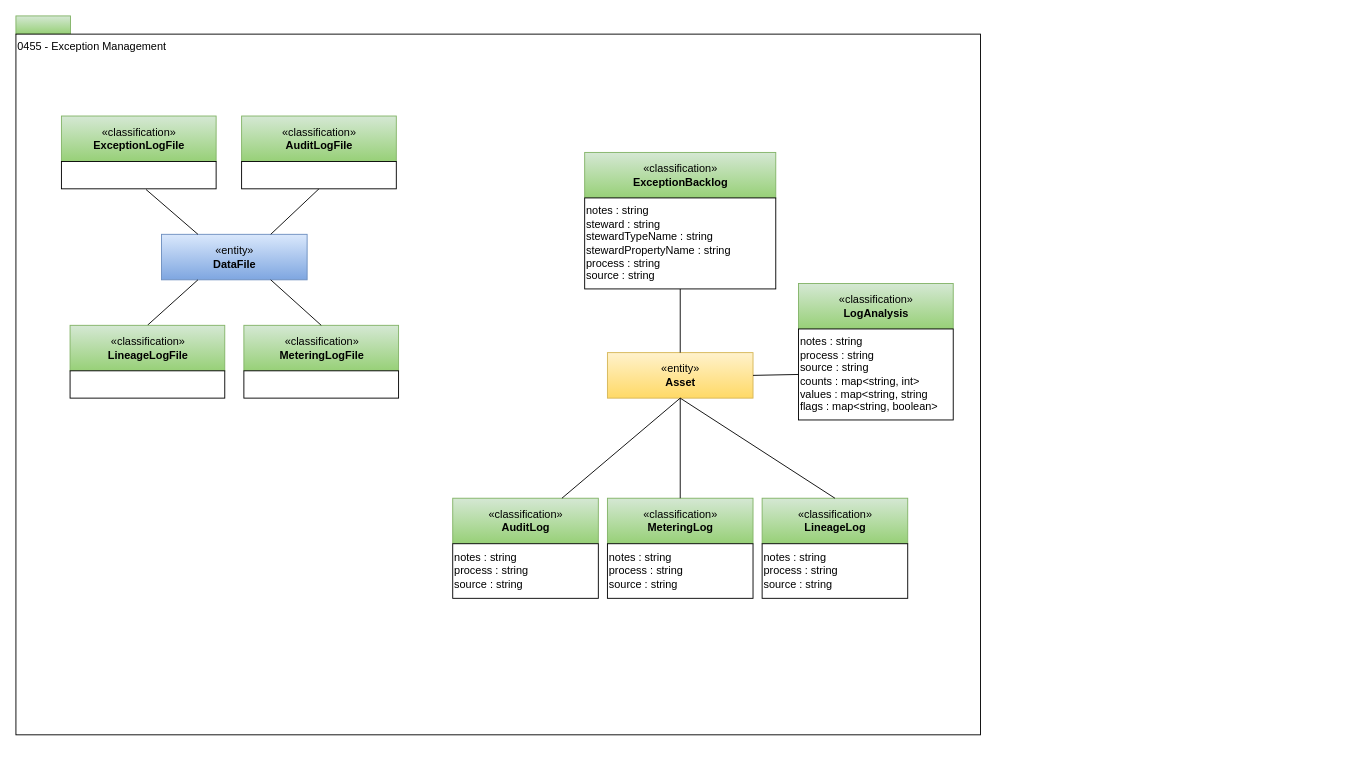
The draw.io diagram page "0455-Exception-Management" (19 of 32) of site/docs/types/4/area-4-governance.drawio in odpi/egeria-docs, before the edit. Source tidied: cells renumbered, new cells numbered last; positions are measured from the earlier drawing's top-left corner, leaving out a move shared by most shapes. Both pictures are drawn from the tidied source at 91%, with x=0, y=0 at pixel (15, 15).
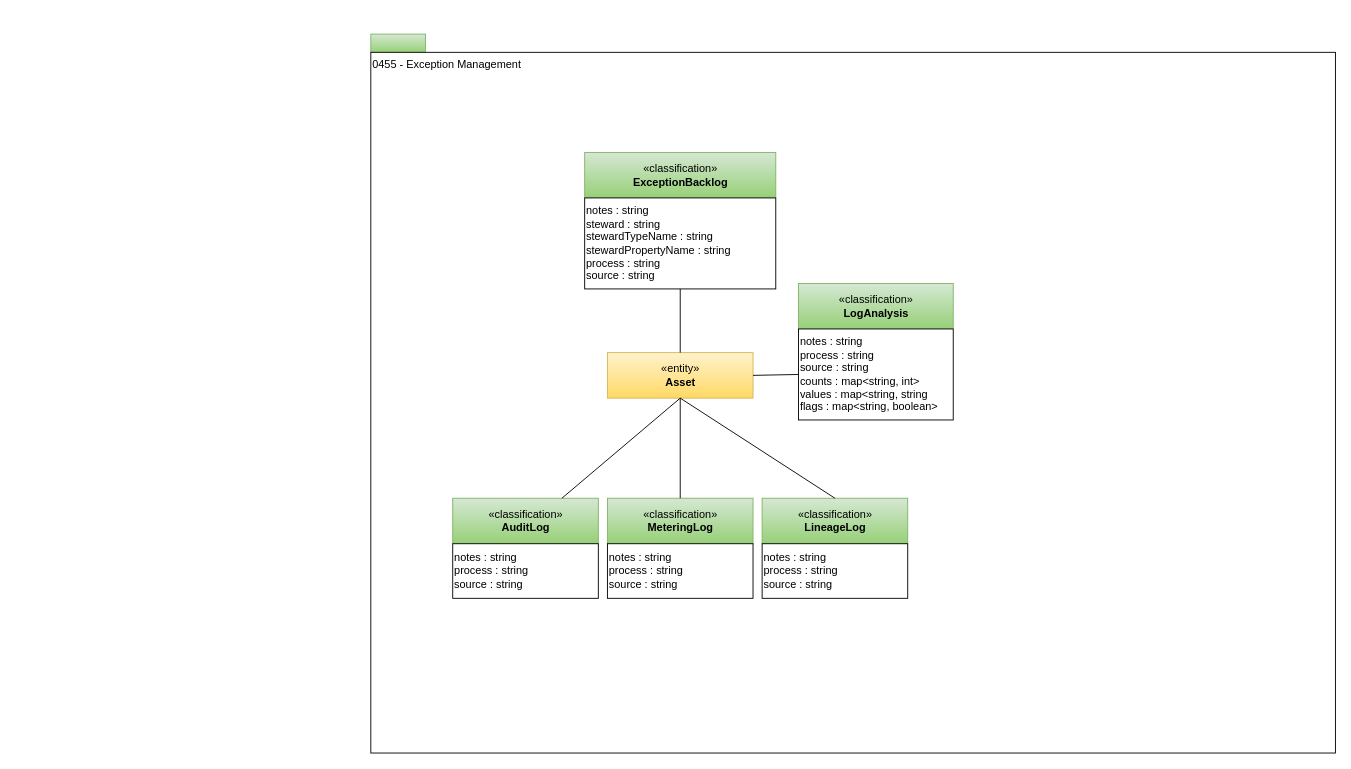
The same page after the edit.

The edit, as a diff of the source:
```diff
@@
     <mxCell id="2" style="rounded=0;whiteSpace=wrap;html=1;align=left;fillColor=#d5e8d4;strokeColor=#82b366;gradientColor=#97d077;" parent="1" vertex="1">
-      <mxGeometry width="60" height="20" as="geometry" />
+      <mxGeometry x="390" y="20" width="60" height="20" as="geometry" />
     </mxCell>
     <mxCell id="3" value="0455 - Exception Management" style="rounded=0;whiteSpace=wrap;html=1;align=left;verticalAlign=top;" parent="1" vertex="1">
-      <mxGeometry y="20" width="1060" height="770" as="geometry" />
+      <mxGeometry x="390" y="40" width="1060" height="770" as="geometry" />
     </mxCell>
-    <mxCell id="4" value="«entity»&lt;br&gt;&lt;b&gt;DataFile&lt;/b&gt;" style="html=1;strokeColor=#6c8ebf;align=center;fillColor=#dae8fc;gradientColor=#7ea6e0;" parent="1" vertex="1">
-      <mxGeometry x="160" y="240" width="160" height="50" as="geometry" />
-    </mxCell>
-    <mxCell id="5" style="rounded=0;jettySize=auto;html=1;endArrow=none;endFill=0;exitX=0.547;exitY=1.025;exitDx=0;exitDy=0;exitPerimeter=0;entryX=0.25;entryY=0;entryDx=0;entryDy=0;" parent="1" edge="1" source="7" target="4">
-      <mxGeometry relative="1" as="geometry" />
-    </mxCell>
-    <mxCell id="6" value="«classification»&lt;br&gt;&lt;b&gt;ExceptionLogFile&lt;/b&gt;" style="html=1;strokeColor=#82b366;align=center;fillColor=#d5e8d4;gradientColor=#97d077;" parent="1" vertex="1">
-      <mxGeometry x="50" y="110" width="170" height="50" as="geometry" />
-    </mxCell>
-    <mxCell id="7" value="&lt;br&gt;&lt;div style=&quot;text-align: left&quot;&gt;&lt;/div&gt;" style="rounded=0;whiteSpace=wrap;html=1;strokeColor=#000000;gradientColor=#ffffff;align=left;" parent="1" vertex="1">
-      <mxGeometry x="50" y="160" width="170" height="30" as="geometry" />
-    </mxCell>
@@
-    <mxCell id="9" value="«classification»&lt;br&gt;&lt;b&gt;AuditLogFile&lt;/b&gt;" style="html=1;strokeColor=#82b366;align=center;fillColor=#d5e8d4;gradientColor=#97d077;" parent="1" vertex="1">
-      <mxGeometry x="248" y="110" width="170" height="50" as="geometry" />
-    </mxCell>
-    <mxCell id="10" style="edgeStyle=none;rounded=0;jettySize=auto;html=1;exitX=0.5;exitY=1;exitDx=0;exitDy=0;entryX=0.75;entryY=0;entryDx=0;entryDy=0;endArrow=none;endFill=0;" parent="1" edge="1" source="29" target="4">
-      <mxGeometry relative="1" as="geometry" />
-    </mxCell>
@@
-    <mxCell id="23" style="rounded=0;jettySize=auto;html=1;endArrow=none;endFill=0;exitX=0.5;exitY=0;exitDx=0;exitDy=0;entryX=0.25;entryY=1;entryDx=0;entryDy=0;" parent="1" edge="1" source="24" target="4">
-      <mxGeometry relative="1" as="geometry" />
-    </mxCell>
-    <mxCell id="24" value="«classification»&lt;br&gt;&lt;b&gt;LineageLogFile&lt;/b&gt;" style="html=1;strokeColor=#82b366;align=center;fillColor=#d5e8d4;gradientColor=#97d077;" parent="1" vertex="1">
-      <mxGeometry x="59.5" y="340" width="170" height="50" as="geometry" />
-    </mxCell>
-    <mxCell id="25" value="«classification»&lt;br&gt;&lt;b&gt;MeteringLogFile&lt;/b&gt;" style="html=1;strokeColor=#82b366;align=center;fillColor=#d5e8d4;gradientColor=#97d077;" parent="1" vertex="1">
-      <mxGeometry x="250.5" y="340" width="170" height="50" as="geometry" />
-    </mxCell>
-    <mxCell id="26" style="edgeStyle=none;rounded=0;jettySize=auto;html=1;exitX=0.5;exitY=0;exitDx=0;exitDy=0;entryX=0.75;entryY=1;entryDx=0;entryDy=0;endArrow=none;endFill=0;" parent="1" edge="1" source="25" target="4">
-      <mxGeometry relative="1" as="geometry" />
-    </mxCell>
-    <mxCell id="27" value="&lt;br&gt;&lt;div style=&quot;text-align: left&quot;&gt;&lt;/div&gt;" style="rounded=0;whiteSpace=wrap;html=1;strokeColor=#000000;gradientColor=#ffffff;align=left;" parent="1" vertex="1">
-      <mxGeometry x="59.5" y="390" width="170" height="30" as="geometry" />
-    </mxCell>
-    <mxCell id="28" value="&lt;br&gt;&lt;div style=&quot;text-align: left&quot;&gt;&lt;/div&gt;" style="rounded=0;whiteSpace=wrap;html=1;strokeColor=#000000;gradientColor=#ffffff;align=left;" parent="1" vertex="1">
-      <mxGeometry x="250.5" y="390" width="170" height="30" as="geometry" />
-    </mxCell>
-    <mxCell id="29" value="&lt;br&gt;&lt;div style=&quot;text-align: left&quot;&gt;&lt;/div&gt;" style="rounded=0;whiteSpace=wrap;html=1;strokeColor=#000000;gradientColor=#ffffff;align=left;" parent="1" vertex="1">
-      <mxGeometry x="248" y="160" width="170" height="30" as="geometry" />
-    </mxCell>
```
